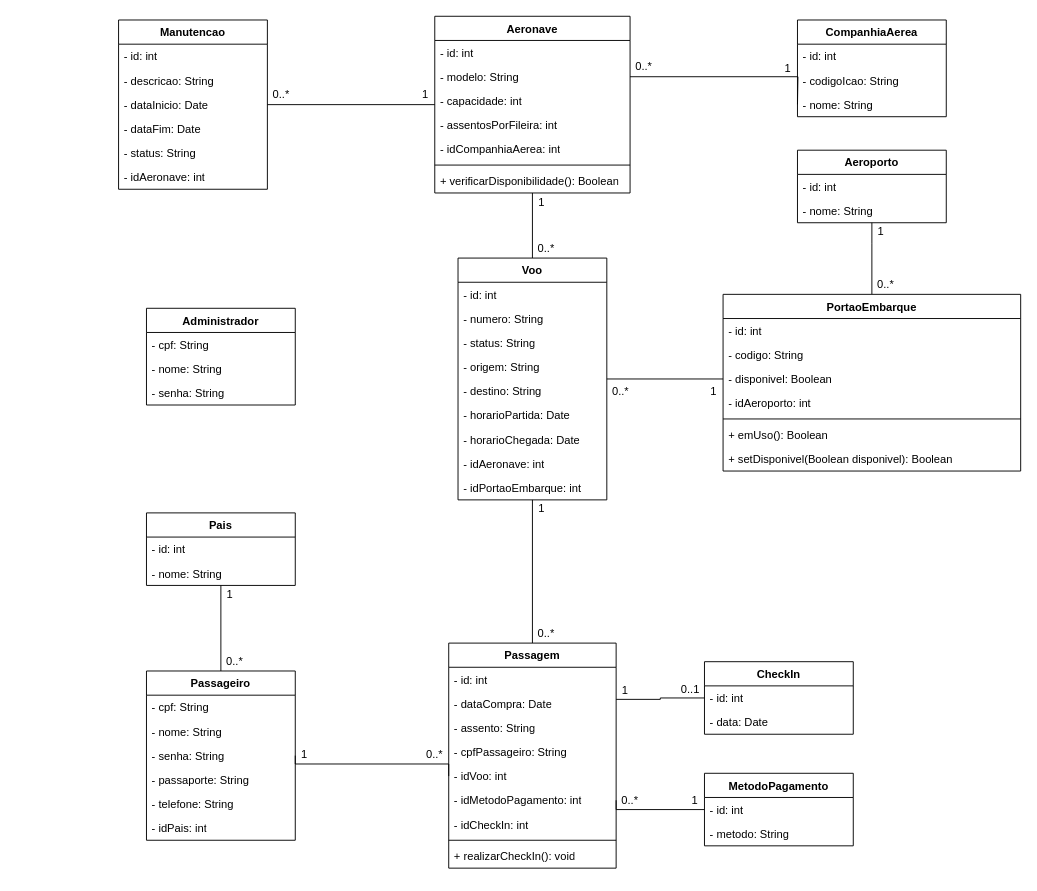
GabrielGMori/trabalho-conclus-o-ano keeps this draw.io diagram as Diagramas/Eng_de_Software/Modelos/Classes.drawio. Above is the earlier version. Source tidied: cells renumbered, new cells numbered last; positions are measured from the earlier drawing's top-left corner, leaving out a move shared by most shapes. Both pictures are drawn from the tidied source at 93%, with x=0, y=0 at pixel (118, 16).
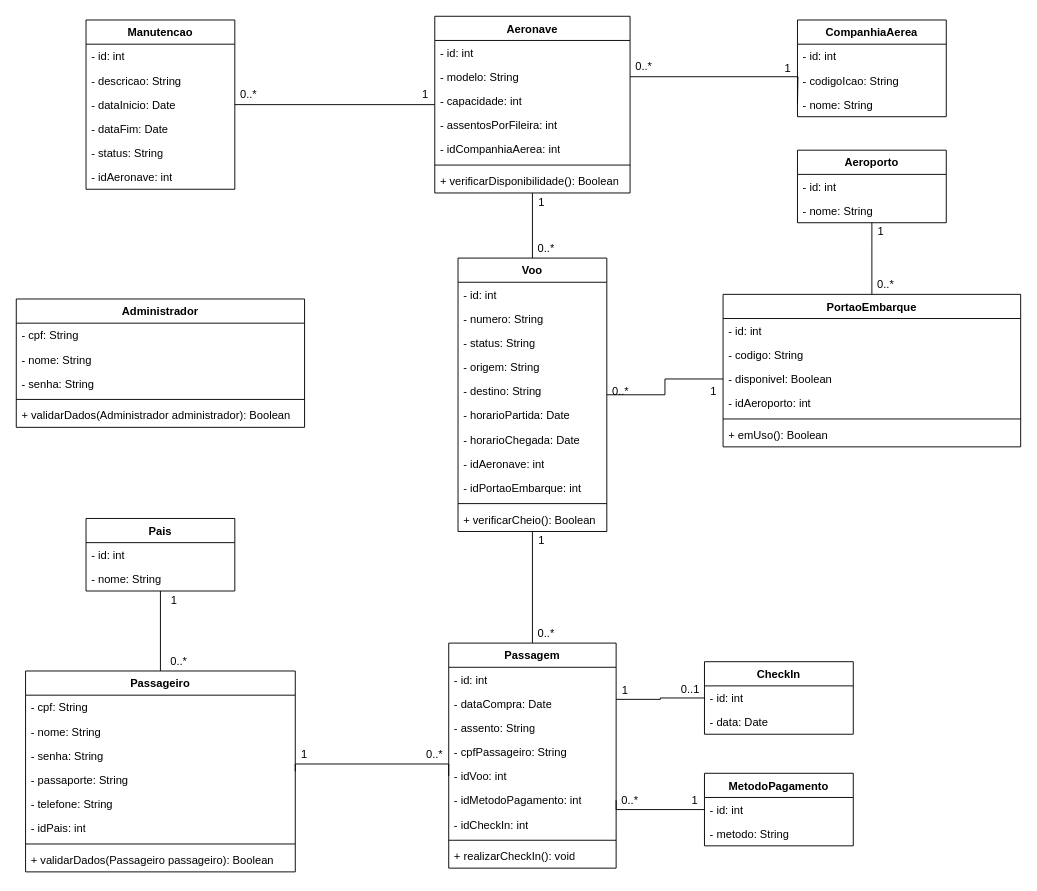
The same page after the edit.

Diff of the diagram source:
```diff
@@
     <mxCell id="2" value="Manutencao" style="swimlane;fontStyle=1;align=center;verticalAlign=top;horizontal=1;startSize=26;whiteSpace=wrap;html=1;" parent="1" vertex="1">
-      <mxGeometry y="4" width="160" height="182" as="geometry" />
+      <mxGeometry x="-35" y="4" width="160" height="182" as="geometry" />
     </mxCell>
@@
     <mxCell id="24" value="Voo" style="swimlane;fontStyle=1;align=center;verticalAlign=top;horizontal=1;startSize=26;whiteSpace=wrap;html=1;" parent="1" vertex="1">
-      <mxGeometry x="365" y="260" width="160" height="260" as="geometry" />
+      <mxGeometry x="365" y="260" width="160" height="294" as="geometry" />
     </mxCell>
@@
+    <mxCell id="102" style="line;strokeWidth=1;fillColor=none;align=left;verticalAlign=middle;spacingTop=-1;spacingLeft=3;spacingRight=3;labelPosition=right;strokeColor=inherit;" parent="24" vertex="1">
+      <mxGeometry y="260" width="160" height="8" as="geometry" />
+    </mxCell>
+    <mxCell id="103" value="&lt;div&gt;+ verificarCheio(): Boolean&lt;/div&gt;" style="text;strokeColor=none;fillColor=none;align=left;verticalAlign=top;spacingLeft=4;spacingRight=4;overflow=hidden;whiteSpace=wrap;html=1;" parent="24" vertex="1">
+      <mxGeometry y="268" width="160" height="26" as="geometry" />
+    </mxCell>
@@
     <mxCell id="35" value="PortaoEmbarque" style="swimlane;fontStyle=1;align=center;verticalAlign=top;horizontal=1;startSize=26;whiteSpace=wrap;html=1;" parent="1" vertex="1">
-      <mxGeometry x="650" y="299" width="320" height="190" as="geometry" />
+      <mxGeometry x="650" y="299" width="320" height="164" as="geometry" />
     </mxCell>
@@
-    <mxCell id="42" value="&lt;div&gt;+ setDisponivel(Boolean disponivel): Boolean&lt;/div&gt;" style="text;strokeColor=none;fillColor=none;align=left;verticalAlign=top;spacingLeft=4;spacingRight=4;overflow=hidden;whiteSpace=wrap;html=1;" parent="35" vertex="1">
-      <mxGeometry y="164" width="320" height="26" as="geometry" />
-    </mxCell>
@@
     <mxCell id="63" value="Administrador" style="swimlane;fontStyle=1;align=center;verticalAlign=top;horizontal=1;startSize=26;whiteSpace=wrap;html=1;" parent="1" vertex="1">
-      <mxGeometry x="30" y="314" width="160" height="104" as="geometry" />
+      <mxGeometry x="-110" y="304" width="310" height="138" as="geometry" />
     </mxCell>
     <mxCell id="64" value="- cpf: String" style="text;strokeColor=none;fillColor=none;align=left;verticalAlign=top;spacingLeft=4;spacingRight=4;overflow=hidden;whiteSpace=wrap;html=1;" parent="63" vertex="1">
-      <mxGeometry y="26" width="160" height="26" as="geometry" />
+      <mxGeometry y="26" width="310" height="26" as="geometry" />
     </mxCell>
     <mxCell id="65" value="- nome: String" style="text;strokeColor=none;fillColor=none;align=left;verticalAlign=top;spacingLeft=4;spacingRight=4;overflow=hidden;whiteSpace=wrap;html=1;" parent="63" vertex="1">
-      <mxGeometry y="52" width="160" height="26" as="geometry" />
+      <mxGeometry y="52" width="310" height="26" as="geometry" />
     </mxCell>
     <mxCell id="66" value="- senha: String" style="text;strokeColor=none;fillColor=none;align=left;verticalAlign=top;spacingLeft=4;spacingRight=4;overflow=hidden;whiteSpace=wrap;html=1;" parent="63" vertex="1">
-      <mxGeometry y="78" width="160" height="26" as="geometry" />
+      <mxGeometry y="78" width="310" height="26" as="geometry" />
     </mxCell>
+    <mxCell id="104" style="line;strokeWidth=1;fillColor=none;align=left;verticalAlign=middle;spacingTop=-1;spacingLeft=3;spacingRight=3;labelPosition=right;strokeColor=inherit;" parent="63" vertex="1">
+      <mxGeometry y="104" width="310" height="8" as="geometry" />
+    </mxCell>
+    <mxCell id="105" value="+ validarDados(Administrador administrador): Boolean" style="text;strokeColor=none;fillColor=none;align=left;verticalAlign=top;spacingLeft=4;spacingRight=4;overflow=hidden;whiteSpace=wrap;html=1;" parent="63" vertex="1">
+      <mxGeometry y="112" width="310" height="26" as="geometry" />
+    </mxCell>
     <mxCell id="67" value="Passageiro" style="swimlane;fontStyle=1;align=center;verticalAlign=top;horizontal=1;startSize=26;whiteSpace=wrap;html=1;" parent="1" vertex="1">
-      <mxGeometry x="30" y="704" width="160" height="182" as="geometry" />
+      <mxGeometry x="-100" y="704" width="290" height="216" as="geometry" />
     </mxCell>
     <mxCell id="68" value="- cpf: String" style="text;strokeColor=none;fillColor=none;align=left;verticalAlign=top;spacingLeft=4;spacingRight=4;overflow=hidden;whiteSpace=wrap;html=1;" parent="67" vertex="1">
-      <mxGeometry y="26" width="160" height="26" as="geometry" />
+      <mxGeometry y="26" width="290" height="26" as="geometry" />
     </mxCell>
     <mxCell id="69" value="- nome: String" style="text;strokeColor=none;fillColor=none;align=left;verticalAlign=top;spacingLeft=4;spacingRight=4;overflow=hidden;whiteSpace=wrap;html=1;" parent="67" vertex="1">
-      <mxGeometry y="52" width="160" height="26" as="geometry" />
+      <mxGeometry y="52" width="290" height="26" as="geometry" />
     </mxCell>
     <mxCell id="70" value="- senha: String" style="text;strokeColor=none;fillColor=none;align=left;verticalAlign=top;spacingLeft=4;spacingRight=4;overflow=hidden;whiteSpace=wrap;html=1;" parent="67" vertex="1">
-      <mxGeometry y="78" width="160" height="26" as="geometry" />
+      <mxGeometry y="78" width="290" height="26" as="geometry" />
     </mxCell>
     <mxCell id="71" value="- passaporte: String" style="text;strokeColor=none;fillColor=none;align=left;verticalAlign=top;spacingLeft=4;spacingRight=4;overflow=hidden;whiteSpace=wrap;html=1;" parent="67" vertex="1">
-      <mxGeometry y="104" width="160" height="26" as="geometry" />
+      <mxGeometry y="104" width="290" height="26" as="geometry" />
     </mxCell>
     <mxCell id="72" value="- telefone: String" style="text;strokeColor=none;fillColor=none;align=left;verticalAlign=top;spacingLeft=4;spacingRight=4;overflow=hidden;whiteSpace=wrap;html=1;" parent="67" vertex="1">
-      <mxGeometry y="130" width="160" height="26" as="geometry" />
+      <mxGeometry y="130" width="290" height="26" as="geometry" />
     </mxCell>
     <mxCell id="73" value="- idPais: int" style="text;strokeColor=none;fillColor=none;align=left;verticalAlign=top;spacingLeft=4;spacingRight=4;overflow=hidden;whiteSpace=wrap;html=1;" parent="67" vertex="1">
-      <mxGeometry y="156" width="160" height="26" as="geometry" />
+      <mxGeometry y="156" width="290" height="26" as="geometry" />
     </mxCell>
+    <mxCell id="106" style="line;strokeWidth=1;fillColor=none;align=left;verticalAlign=middle;spacingTop=-1;spacingLeft=3;spacingRight=3;labelPosition=right;strokeColor=inherit;" parent="67" vertex="1">
+      <mxGeometry y="182" width="290" height="8" as="geometry" />
+    </mxCell>
+    <mxCell id="107" value="+ validarDados(Passageiro passageiro): Boolean" style="text;strokeColor=none;fillColor=none;align=left;verticalAlign=top;spacingLeft=4;spacingRight=4;overflow=hidden;whiteSpace=wrap;html=1;" parent="67" vertex="1">
+      <mxGeometry y="190" width="290" height="26" as="geometry" />
+    </mxCell>
     <mxCell id="74" value="Pais" style="swimlane;fontStyle=1;align=center;verticalAlign=top;horizontal=1;startSize=26;whiteSpace=wrap;html=1;" parent="1" vertex="1">
-      <mxGeometry x="30" y="534" width="160" height="78" as="geometry" />
+      <mxGeometry x="-35" y="540" width="160" height="78" as="geometry" />
     </mxCell>
@@
     <mxCell id="82" value="0..*" style="text;html=1;align=center;verticalAlign=middle;whiteSpace=wrap;rounded=0;" parent="1" vertex="1">
-      <mxGeometry x="160" y="74" width="30" height="20" as="geometry" />
+      <mxGeometry x="125" y="74" width="30" height="20" as="geometry" />
     </mxCell>
@@
     <mxCell id="92" value="1" style="text;html=1;align=center;verticalAlign=middle;whiteSpace=wrap;rounded=0;" parent="1" vertex="1">
-      <mxGeometry x="445" y="520" width="20" height="20" as="geometry" />
+      <mxGeometry x="445" y="554" width="20" height="20" as="geometry" />
     </mxCell>
@@
     <mxCell id="100" value="1" style="text;html=1;align=center;verticalAlign=middle;whiteSpace=wrap;rounded=0;" parent="1" vertex="1">
-      <mxGeometry x="110" y="612" width="20" height="20" as="geometry" />
+      <mxGeometry x="50" y="618" width="20" height="20" as="geometry" />
     </mxCell>
     <mxCell id="101" value="0..*" style="text;html=1;align=center;verticalAlign=middle;whiteSpace=wrap;rounded=0;" parent="1" vertex="1">
-      <mxGeometry x="110" y="684" width="30" height="20" as="geometry" />
+      <mxGeometry x="50" y="684" width="30" height="20" as="geometry" />
     </mxCell>
```
